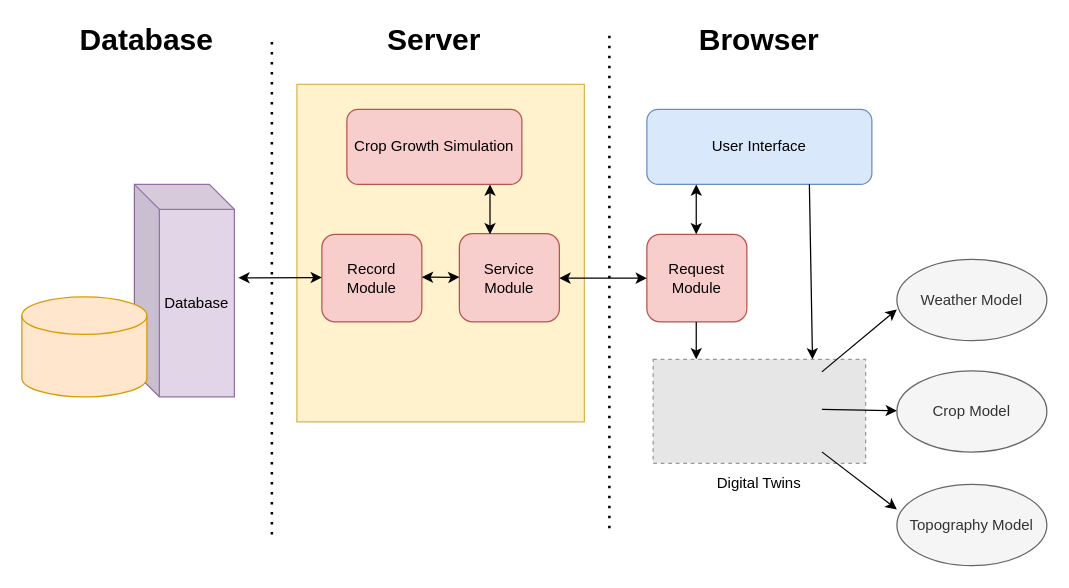
Kakoyi945/cloud keeps this draw.io diagram as digital_twin_in_agriculture.drawio. Above is the earlier version. Source tidied: cells renumbered, new cells numbered last; positions are measured from the earlier drawing's top-left corner, leaving out a move shared by most shapes. Both pictures are drawn from the tidied source at 125%, with x=0, y=0 at pixel (21, 21). Pictures stored in the file or linked from it are replaced by grey dashed boxes.
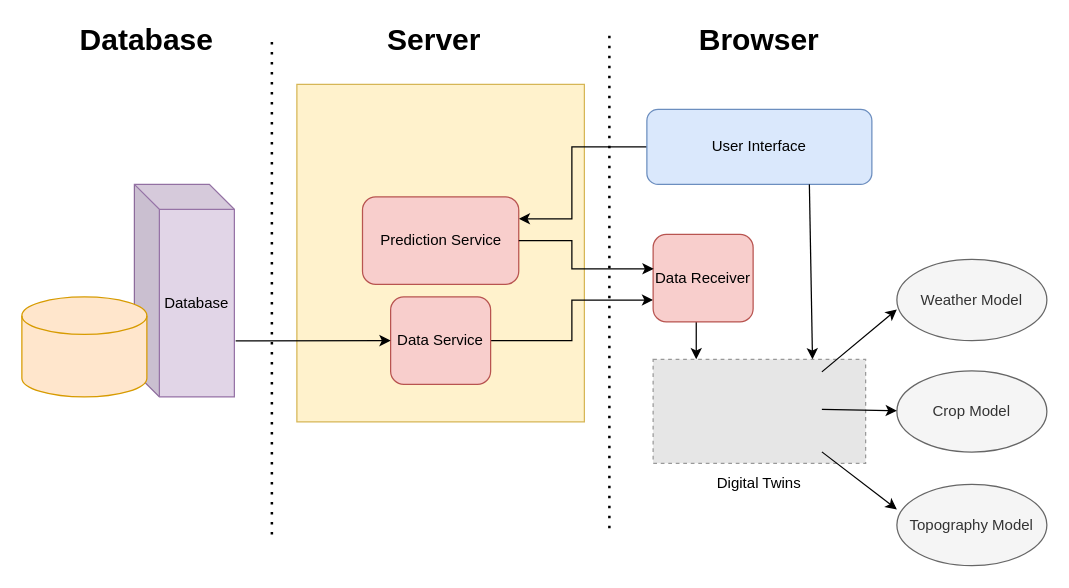
After the change.

The change refers to these unchanged cells:
```xml
<mxCell id="5" value="Database" style="shape=cube;whiteSpace=wrap;html=1;boundedLbl=1;backgroundOutline=1;darkOpacity=0.05;darkOpacity2=0.1;fillColor=#e1d5e7;strokeColor=#9673a6;" parent="1" vertex="1">
  <mxGeometry x="90" y="130" width="80" height="170" as="geometry" />
</mxCell>
<mxCell id="21" value="User Interface" style="rounded=1;whiteSpace=wrap;html=1;fillColor=#dae8fc;strokeColor=#6c8ebf;" parent="1" vertex="1">
  <mxGeometry x="500" y="70" width="180" height="60" as="geometry" />
</mxCell>
```

Change to the diagram source:
```diff
@@
-    <mxCell id="10" value="Crop Growth Simulation" style="rounded=1;whiteSpace=wrap;html=1;fillColor=#f8cecc;strokeColor=#b85450;" parent="1" vertex="1">
-      <mxGeometry x="260" y="70" width="140" height="60" as="geometry" />
-    </mxCell>
+    <mxCell id="30" style="edgeStyle=orthogonalEdgeStyle;rounded=0;jettySize=auto;html=1;exitX=1;exitY=0.5;exitDx=0;exitDy=0;entryX=0;entryY=0.75;entryDx=0;entryDy=0;" parent="1" edge="1" source="11" target="34">
+      <mxGeometry relative="1" as="geometry" />
+    </mxCell>
-    <mxCell id="11" value="Record Module" style="rounded=1;whiteSpace=wrap;html=1;fillColor=#f8cecc;strokeColor=#b85450;" parent="1" vertex="1">
-      <mxGeometry x="240" y="170" width="80" height="70" as="geometry" />
+    <mxCell id="11" value="Data Service" style="rounded=1;whiteSpace=wrap;html=1;fillColor=#f8cecc;strokeColor=#b85450;" parent="1" vertex="1">
+      <mxGeometry x="295" y="220" width="80" height="70" as="geometry" />
     </mxCell>
-    <mxCell id="12" value="Service Module" style="rounded=1;whiteSpace=wrap;html=1;fillColor=#f8cecc;strokeColor=#b85450;" parent="1" vertex="1">
-      <mxGeometry x="350" y="169.4" width="80" height="70.6" as="geometry" />
-    </mxCell>
@@
-    <mxCell id="20" style="endArrow=classic;startArrow=classic;html=1;rounded=0;" parent="1" edge="1">
-      <mxGeometry relative="1" as="geometry">
-        <mxPoint x="374.5" y="170" as="sourcePoint" />
-        <mxPoint x="374.5" y="130" as="targetPoint" />
-      </mxGeometry>
-    </mxCell>
+    <mxCell id="31" style="edgeStyle=orthogonalEdgeStyle;rounded=0;jettySize=auto;html=1;exitX=0;exitY=0.5;exitDx=0;exitDy=0;entryX=1;entryY=0.25;entryDx=0;entryDy=0;" parent="1" edge="1" source="21" target="33">
+      <mxGeometry relative="1" as="geometry">
+        <Array as="points">
+          <mxPoint x="440" y="100" />
+          <mxPoint x="440" y="158" />
+        </Array>
+      </mxGeometry>
+    </mxCell>
@@
-    <mxCell id="22" value="Request Module" style="rounded=1;whiteSpace=wrap;html=1;fillColor=#f8cecc;strokeColor=#b85450;" parent="1" vertex="1">
-      <mxGeometry x="500" y="170" width="80" height="70" as="geometry" />
-    </mxCell>
-    <mxCell id="23" style="endArrow=classic;startArrow=classic;html=1;rounded=0;" parent="1" edge="1">
-      <mxGeometry relative="1" as="geometry">
-        <mxPoint x="539.5" y="170" as="sourcePoint" />
-        <mxPoint x="539.5" y="130" as="targetPoint" />
-      </mxGeometry>
-    </mxCell>
@@
-    <mxCell id="25" style="endArrow=classic;startArrow=classic;html=1;rounded=0;entryX=0;entryY=0.5;entryDx=0;entryDy=0;" parent="1" edge="1" target="22">
-      <mxGeometry relative="1" as="geometry">
-        <mxPoint x="430" y="205" as="sourcePoint" />
-      </mxGeometry>
-    </mxCell>
@@
-    <mxCell id="28" style="endArrow=classic;startArrow=classic;html=1;rounded=0;" parent="1" edge="1">
-      <mxGeometry relative="1" as="geometry">
-        <mxPoint x="320" y="204.2" as="sourcePoint" />
-        <mxPoint x="350" y="204.2" as="targetPoint" />
-        <Array as="points">
-          <mxPoint x="345" y="204.4" />
-        </Array>
-      </mxGeometry>
-    </mxCell>
-    <mxCell id="29" style="endArrow=classic;startArrow=classic;html=1;rounded=0;exitX=1.04;exitY=0.44;exitDx=0;exitDy=0;exitPerimeter=0;" parent="1" edge="1" source="5">
-      <mxGeometry relative="1" as="geometry">
-        <mxPoint x="240" y="204.5" as="targetPoint" />
-      </mxGeometry>
-    </mxCell>
+    <mxCell id="32" style="endArrow=classic;html=1;rounded=0;exitX=1.013;exitY=0.736;exitDx=0;exitDy=0;exitPerimeter=0;entryX=0;entryY=0.5;entryDx=0;entryDy=0;" parent="1" edge="1" source="5" target="11">
+      <mxGeometry relative="1" as="geometry" />
+    </mxCell>
+    <mxCell id="33" value="Prediction Service" style="rounded=1;whiteSpace=wrap;html=1;fillColor=#f8cecc;strokeColor=#b85450;" parent="1" vertex="1">
+      <mxGeometry x="272.5" y="140" width="125" height="70" as="geometry" />
+    </mxCell>
+    <mxCell id="34" value="Data Receiver" style="rounded=1;whiteSpace=wrap;html=1;fillColor=#f8cecc;strokeColor=#b85450;" parent="1" vertex="1">
+      <mxGeometry x="505" y="170" width="80" height="70" as="geometry" />
+    </mxCell>
+    <mxCell id="35" style="edgeStyle=orthogonalEdgeStyle;rounded=0;jettySize=auto;html=1;exitX=1;exitY=0.5;exitDx=0;exitDy=0;entryX=0.005;entryY=0.394;entryDx=0;entryDy=0;entryPerimeter=0;" parent="1" edge="1" source="33" target="34">
+      <mxGeometry relative="1" as="geometry">
+        <Array as="points">
+          <mxPoint x="440" y="175" />
+          <mxPoint x="440" y="198" />
+        </Array>
+      </mxGeometry>
+    </mxCell>
```
